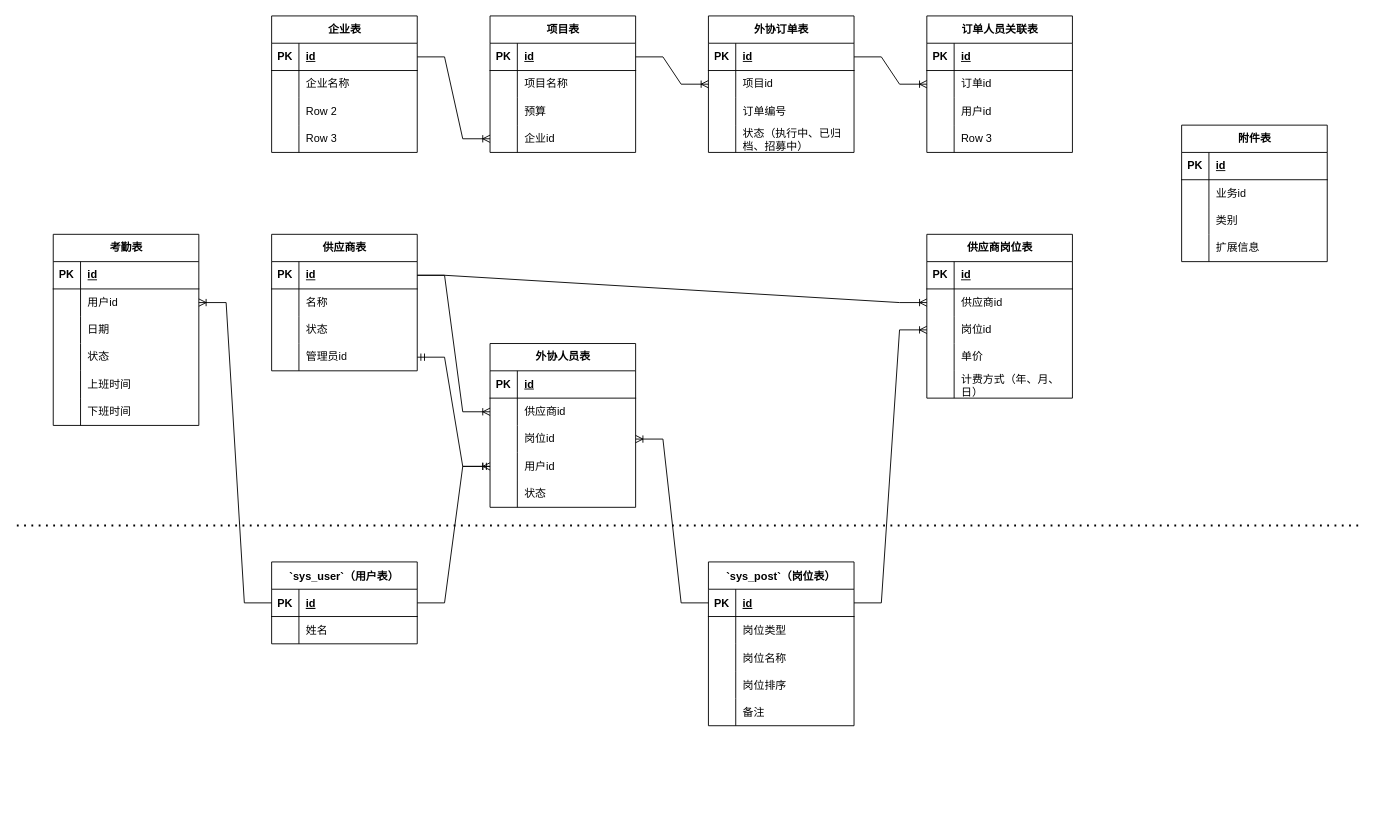
Above: extend-staff/业务模型.drawio in Qunz/drawio (draw.io), before the change. Source tidied: cells renumbered, new cells numbered last; positions are measured from the earlier drawing's top-left corner, leaving out a move shared by most shapes. Both pictures are drawn from the tidied source at 91%, with x=0, y=0 at pixel (16, 15).
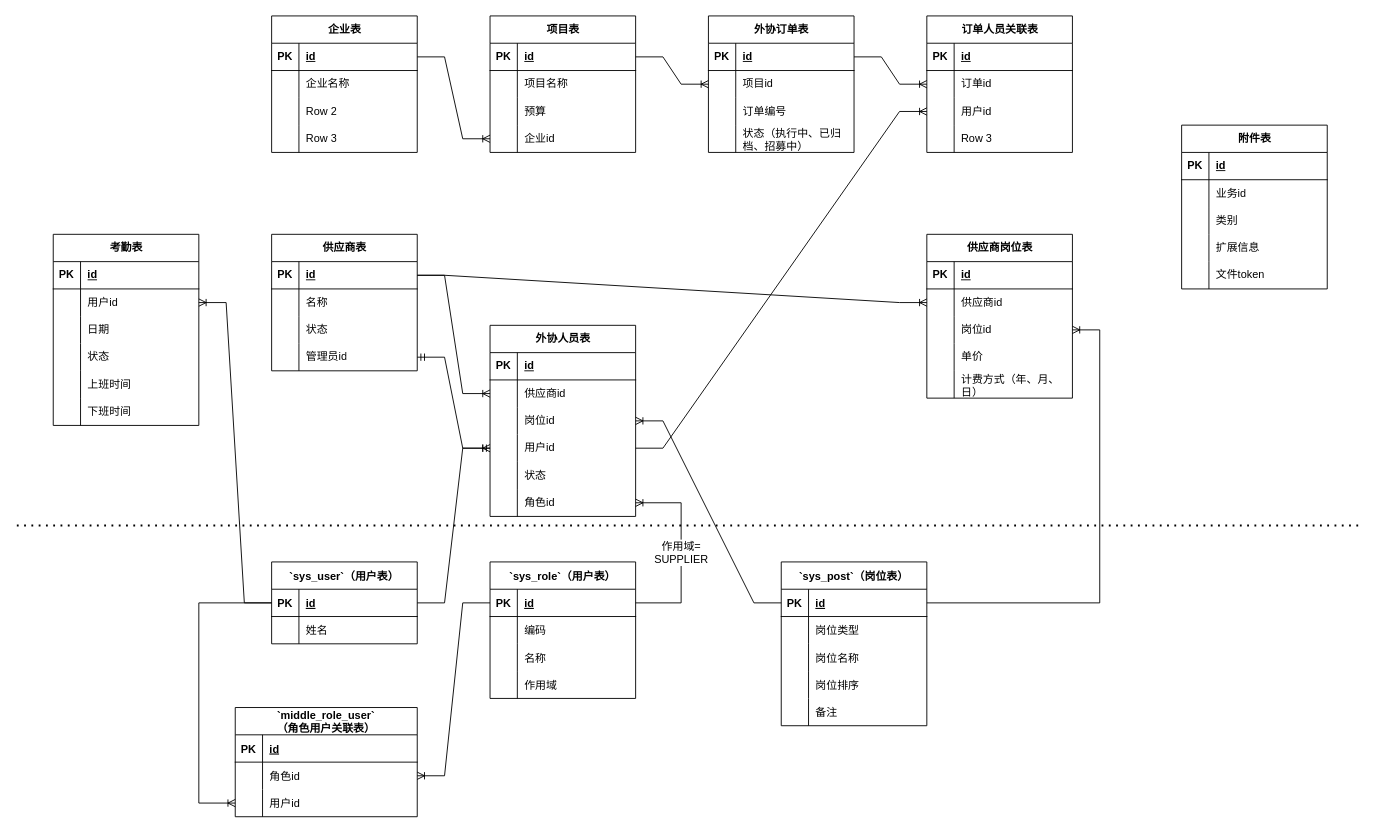
The same diagram, later.

Commit message:
更新业务模型.drawio

The change refers to these unchanged cells:
```xml
<mxCell id="80" style="shape=tableRow;horizontal=0;startSize=0;swimlaneHead=0;swimlaneBody=0;fillColor=none;points=[[0,0.5],[1,0.5]];portConstraint=eastwest;top=0;left=0;right=0;bottom=0;" parent="70" vertex="1">
  <mxGeometry y="120" width="160" height="30" as="geometry" />
</mxCell>
<mxCell id="106" style="shape=tableRow;horizontal=0;startSize=0;swimlaneHead=0;swimlaneBody=0;fillColor=none;points=[[0,0.5],[1,0.5]];portConstraint=eastwest;top=0;left=0;right=0;bottom=0;" parent="99" vertex="1">
  <mxGeometry y="90" width="160" height="30" as="geometry" />
</mxCell>
<mxCell id="137" style="shape=tableRow;horizontal=0;startSize=0;swimlaneHead=0;swimlaneBody=0;fillColor=none;points=[[0,0.5],[1,0.5]];portConstraint=eastwest;strokeColor=inherit;top=0;left=0;right=0;bottom=1;" parent="136" vertex="1">
  <mxGeometry y="30" width="160" height="30" as="geometry" />
</mxCell>
```

What changed in the source:
```diff
@@
     <mxCell id="41" value="附件表" style="shape=table;startSize=30;childLayout=tableLayout;rowLines=0;fontStyle=1;align=center;html=1;" parent="1" vertex="1">
-      <mxGeometry x="1280" y="120" width="160" height="150" as="geometry" />
+      <mxGeometry x="1280" y="120" width="160" height="180" as="geometry" />
     </mxCell>
@@
+    <mxCell id="165" style="shape=tableRow;horizontal=0;startSize=0;swimlaneHead=0;swimlaneBody=0;fillColor=none;top=0;left=0;right=0;bottom=0;" parent="41" vertex="1">
+      <mxGeometry y="150" width="160" height="30" as="geometry" />
+    </mxCell>
+    <mxCell id="166" style="shape=partialRectangle;fillColor=none;top=0;left=0;bottom=0;right=0;overflow=hidden;whiteSpace=wrap;html=1;" parent="165" vertex="1">
+      <mxGeometry width="30" height="30" as="geometry" />
+    </mxCell>
+    <mxCell id="167" value="文件token" style="shape=partialRectangle;fillColor=none;top=0;left=0;bottom=0;right=0;align=left;spacingLeft=6;overflow=hidden;whiteSpace=wrap;html=1;" parent="165" vertex="1">
+      <mxGeometry x="30" width="130" height="30" as="geometry" />
+    </mxCell>
@@
     <mxCell id="70" value="外协人员表" style="shape=table;startSize=30;childLayout=tableLayout;rowLines=0;fontStyle=1;align=center;html=1;" parent="1" vertex="1">
-      <mxGeometry x="520" y="360" width="160" height="180" as="geometry" />
+      <mxGeometry x="520" y="340" width="160" height="210" as="geometry" />
     </mxCell>
@@
+    <mxCell id="168" style="shape=tableRow;horizontal=0;startSize=0;swimlaneHead=0;swimlaneBody=0;fillColor=none;points=[[0,0.5],[1,0.5]];portConstraint=eastwest;top=0;left=0;right=0;bottom=0;" parent="70" vertex="1">
+      <mxGeometry y="180" width="160" height="30" as="geometry" />
+    </mxCell>
+    <mxCell id="169" style="shape=partialRectangle;fillColor=none;top=0;left=0;bottom=0;right=0;overflow=hidden;whiteSpace=wrap;html=1;" parent="168" vertex="1">
+      <mxGeometry width="30" height="30" as="geometry" />
+    </mxCell>
+    <mxCell id="170" value="角色id" style="shape=partialRectangle;fillColor=none;top=0;left=0;bottom=0;right=0;align=left;spacingLeft=6;overflow=hidden;whiteSpace=wrap;html=1;" parent="168" vertex="1">
+      <mxGeometry x="30" width="130" height="30" as="geometry" />
+    </mxCell>
@@
     <mxCell id="112" value="`sys_post`（岗位表）" style="shape=table;startSize=30;childLayout=tableLayout;rowLines=0;fontStyle=1;align=center;" parent="1" vertex="1">
-      <mxGeometry x="760" y="600" width="160" height="180" as="geometry" />
+      <mxGeometry x="840" y="600" width="160" height="180" as="geometry" />
     </mxCell>
@@
+    <mxCell id="171" style="edgeStyle=entityRelationEdgeStyle;fontSize=12;html=1;endArrow=ERoneToMany;rounded=0;" parent="1" edge="1" source="80" target="106">
+      <mxGeometry relative="1" as="geometry" />
+    </mxCell>
+    <mxCell id="172" value="`sys_role`（用户表）" style="shape=table;startSize=30;childLayout=tableLayout;rowLines=0;fontStyle=1;align=center;" parent="1" vertex="1">
+      <mxGeometry x="520" y="600" width="160" height="150" as="geometry" />
+    </mxCell>
+    <mxCell id="173" style="shape=tableRow;horizontal=0;startSize=0;swimlaneHead=0;swimlaneBody=0;fillColor=none;points=[[0,0.5],[1,0.5]];portConstraint=eastwest;strokeColor=inherit;top=0;left=0;right=0;bottom=1;" parent="172" vertex="1">
+      <mxGeometry y="30" width="160" height="30" as="geometry" />
+    </mxCell>
+    <mxCell id="174" value="PK" style="shape=partialRectangle;overflow=hidden;fillColor=none;strokeColor=inherit;top=0;left=0;bottom=0;right=0;fontStyle=1;" parent="173" vertex="1">
+      <mxGeometry width="30" height="30" as="geometry" />
+    </mxCell>
+    <mxCell id="175" value="id" style="shape=partialRectangle;overflow=hidden;fillColor=none;align=left;strokeColor=inherit;top=0;left=0;bottom=0;right=0;spacingLeft=6;fontStyle=5;" parent="173" vertex="1">
+      <mxGeometry x="30" width="130" height="30" as="geometry" />
+    </mxCell>
+    <mxCell id="176" style="shape=tableRow;horizontal=0;startSize=0;swimlaneHead=0;swimlaneBody=0;fillColor=none;strokeColor=inherit;top=0;left=0;right=0;bottom=0;" parent="172" vertex="1">
+      <mxGeometry y="60" width="160" height="30" as="geometry" />
+    </mxCell>
+    <mxCell id="177" style="shape=partialRectangle;overflow=hidden;fillColor=none;strokeColor=inherit;top=0;left=0;bottom=0;right=0;" parent="176" vertex="1">
+      <mxGeometry width="30" height="30" as="geometry" />
+    </mxCell>
+    <mxCell id="178" value="编码" style="shape=partialRectangle;overflow=hidden;fillColor=none;align=left;strokeColor=inherit;top=0;left=0;bottom=0;right=0;spacingLeft=6;" parent="176" vertex="1">
+      <mxGeometry x="30" width="130" height="30" as="geometry" />
+    </mxCell>
+    <mxCell id="179" style="shape=tableRow;horizontal=0;startSize=0;swimlaneHead=0;swimlaneBody=0;fillColor=none;strokeColor=inherit;top=0;left=0;right=0;bottom=0;" parent="172" vertex="1">
+      <mxGeometry y="90" width="160" height="30" as="geometry" />
+    </mxCell>
+    <mxCell id="180" style="shape=partialRectangle;overflow=hidden;fillColor=none;strokeColor=inherit;top=0;left=0;bottom=0;right=0;" parent="179" vertex="1">
+      <mxGeometry width="30" height="30" as="geometry" />
+    </mxCell>
+    <mxCell id="181" value="名称" style="shape=partialRectangle;overflow=hidden;fillColor=none;align=left;strokeColor=inherit;top=0;left=0;bottom=0;right=0;spacingLeft=6;" parent="179" vertex="1">
+      <mxGeometry x="30" width="130" height="30" as="geometry" />
+    </mxCell>
+    <mxCell id="182" style="shape=tableRow;horizontal=0;startSize=0;swimlaneHead=0;swimlaneBody=0;fillColor=none;strokeColor=inherit;top=0;left=0;right=0;bottom=0;" parent="172" vertex="1">
+      <mxGeometry y="120" width="160" height="30" as="geometry" />
+    </mxCell>
+    <mxCell id="183" style="shape=partialRectangle;overflow=hidden;fillColor=none;strokeColor=inherit;top=0;left=0;bottom=0;right=0;" parent="182" vertex="1">
+      <mxGeometry width="30" height="30" as="geometry" />
+    </mxCell>
+    <mxCell id="184" value="作用域" style="shape=partialRectangle;overflow=hidden;fillColor=none;align=left;strokeColor=inherit;top=0;left=0;bottom=0;right=0;spacingLeft=6;" parent="182" vertex="1">
+      <mxGeometry x="30" width="130" height="30" as="geometry" />
+    </mxCell>
+    <mxCell id="185" value="作用域=&lt;br&gt;SUPPLIER" style="edgeStyle=orthogonalEdgeStyle;fontSize=12;html=1;endArrow=ERoneToMany;rounded=0;" parent="1" edge="1" source="173" target="168">
+      <mxGeometry relative="1" as="geometry">
+        <Array as="points">
+          <mxPoint x="730" y="645" />
+          <mxPoint x="730" y="535" />
+        </Array>
+      </mxGeometry>
+    </mxCell>
+    <mxCell id="186" value="`middle_role_user`&#10;（角色用户关联表）" style="shape=table;startSize=30;childLayout=tableLayout;rowLines=0;fontStyle=1;align=center;" parent="1" vertex="1">
+      <mxGeometry x="240" y="760" width="200" height="120" as="geometry" />
+    </mxCell>
+    <mxCell id="187" style="shape=tableRow;horizontal=0;startSize=0;swimlaneHead=0;swimlaneBody=0;fillColor=none;strokeColor=inherit;top=0;left=0;right=0;bottom=1;" parent="186" vertex="1">
+      <mxGeometry y="30" width="200" height="30" as="geometry" />
+    </mxCell>
+    <mxCell id="188" value="PK" style="shape=partialRectangle;overflow=hidden;fillColor=none;strokeColor=inherit;top=0;left=0;bottom=0;right=0;fontStyle=1;" parent="187" vertex="1">
+      <mxGeometry width="30" height="30" as="geometry" />
+    </mxCell>
+    <mxCell id="189" value="id" style="shape=partialRectangle;overflow=hidden;fillColor=none;align=left;strokeColor=inherit;top=0;left=0;bottom=0;right=0;spacingLeft=6;fontStyle=5;" parent="187" vertex="1">
+      <mxGeometry x="30" width="170" height="30" as="geometry" />
+    </mxCell>
+    <mxCell id="190" style="shape=tableRow;horizontal=0;startSize=0;swimlaneHead=0;swimlaneBody=0;fillColor=none;points=[[0,0.5],[1,0.5]];portConstraint=eastwest;strokeColor=inherit;top=0;left=0;right=0;bottom=0;" parent="186" vertex="1">
+      <mxGeometry y="60" width="200" height="30" as="geometry" />
+    </mxCell>
+    <mxCell id="191" style="shape=partialRectangle;overflow=hidden;fillColor=none;strokeColor=inherit;top=0;left=0;bottom=0;right=0;" parent="190" vertex="1">
+      <mxGeometry width="30" height="30" as="geometry" />
+    </mxCell>
+    <mxCell id="192" value="角色id" style="shape=partialRectangle;overflow=hidden;fillColor=none;align=left;strokeColor=inherit;top=0;left=0;bottom=0;right=0;spacingLeft=6;" parent="190" vertex="1">
+      <mxGeometry x="30" width="170" height="30" as="geometry" />
+    </mxCell>
+    <mxCell id="193" style="shape=tableRow;horizontal=0;startSize=0;swimlaneHead=0;swimlaneBody=0;fillColor=none;points=[[0,0.5],[1,0.5]];portConstraint=eastwest;strokeColor=inherit;top=0;left=0;right=0;bottom=0;" parent="186" vertex="1">
+      <mxGeometry y="90" width="200" height="30" as="geometry" />
+    </mxCell>
+    <mxCell id="194" style="shape=partialRectangle;overflow=hidden;fillColor=none;strokeColor=inherit;top=0;left=0;bottom=0;right=0;" parent="193" vertex="1">
+      <mxGeometry width="30" height="30" as="geometry" />
+    </mxCell>
+    <mxCell id="195" value="用户id" style="shape=partialRectangle;overflow=hidden;fillColor=none;align=left;strokeColor=inherit;top=0;left=0;bottom=0;right=0;spacingLeft=6;" parent="193" vertex="1">
+      <mxGeometry x="30" width="170" height="30" as="geometry" />
+    </mxCell>
+    <mxCell id="196" style="edgeStyle=entityRelationEdgeStyle;fontSize=12;html=1;endArrow=ERoneToMany;rounded=0;" parent="1" edge="1" source="173" target="190">
+      <mxGeometry relative="1" as="geometry" />
+    </mxCell>
+    <mxCell id="197" style="edgeStyle=orthogonalEdgeStyle;fontSize=12;html=1;endArrow=ERoneToMany;rounded=0;" parent="1" edge="1" source="137" target="193">
+      <mxGeometry relative="1" as="geometry">
+        <Array as="points">
+          <mxPoint x="200" y="645" />
+          <mxPoint x="200" y="865" />
+        </Array>
+      </mxGeometry>
+    </mxCell>
```
